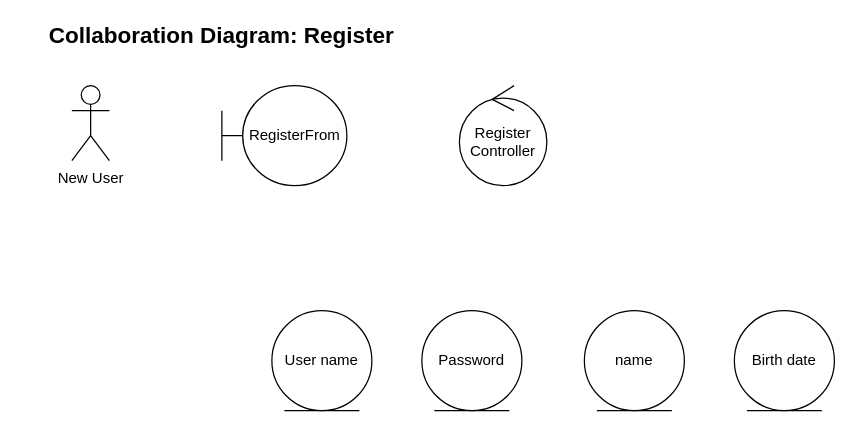
Earlier version of the draw.io diagram page "Register" (1 of 2) of Collaboration Diagram.drawio (astrrr/Right-posture). Source tidied: cells renumbered, new cells numbered last; positions are measured from the earlier drawing's top-left corner, leaving out a move shared by most shapes. Both pictures are drawn from the tidied source at 125%, with x=0, y=0 at pixel (21, 22).
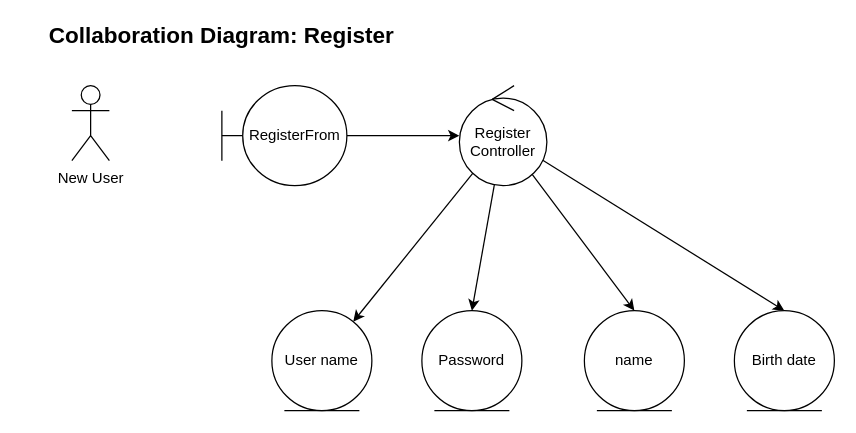
Above is the later version.

Commit message:
add relation entity control

Diff of the diagram source:
```diff
@@
 <mxGraphModel>
   <root>
     <mxCell id="0" />
     <mxCell id="1" parent="0" />
     <mxCell id="2" value="New User" style="shape=umlActor;verticalLabelPosition=bottom;verticalAlign=top;html=1;" parent="1" vertex="1">
       <mxGeometry x="40" y="50" width="30" height="60" as="geometry" />
     </mxCell>
+    <mxCell id="10" style="edgeStyle=orthogonalEdgeStyle;rounded=0;jettySize=auto;html=1;" parent="1" edge="1" source="3" target="4">
+      <mxGeometry relative="1" as="geometry" />
+    </mxCell>
     <mxCell id="3" value="RegisterFrom" style="shape=umlBoundary;whiteSpace=wrap;html=1;" parent="1" vertex="1">
       <mxGeometry x="160" y="50" width="100" height="80" as="geometry" />
     </mxCell>
+    <mxCell id="11" style="rounded=0;jettySize=auto;html=1;" parent="1" edge="1" source="4" target="5">
+      <mxGeometry relative="1" as="geometry" />
+    </mxCell>
+    <mxCell id="12" style="edgeStyle=none;rounded=0;jettySize=auto;html=1;entryX=0.5;entryY=0;entryDx=0;entryDy=0;" parent="1" edge="1" source="4" target="7">
+      <mxGeometry relative="1" as="geometry" />
+    </mxCell>
+    <mxCell id="13" style="edgeStyle=none;rounded=0;jettySize=auto;html=1;entryX=0.5;entryY=0;entryDx=0;entryDy=0;" parent="1" edge="1" source="4" target="9">
+      <mxGeometry relative="1" as="geometry" />
+    </mxCell>
+    <mxCell id="14" style="edgeStyle=none;rounded=0;jettySize=auto;html=1;entryX=0.5;entryY=0;entryDx=0;entryDy=0;" parent="1" edge="1" source="4" target="8">
+      <mxGeometry relative="1" as="geometry" />
+    </mxCell>
     <mxCell id="4" value="Register&lt;br&gt;Controller" style="ellipse;shape=umlControl;whiteSpace=wrap;html=1;" parent="1" vertex="1">
       <mxGeometry x="350" y="50" width="70" height="80" as="geometry" />
     </mxCell>
     <mxCell id="5" value="User name" style="ellipse;shape=umlEntity;whiteSpace=wrap;html=1;" parent="1" vertex="1">
       <mxGeometry x="200" y="230" width="80" height="80" as="geometry" />
     </mxCell>
     <mxCell id="6" value="&lt;b&gt;&lt;font style=&quot;font-size: 18px&quot;&gt;Collaboration Diagram: Register&lt;/font&gt;&lt;/b&gt;" style="text;html=1;strokeColor=none;fillColor=none;align=center;verticalAlign=middle;whiteSpace=wrap;rounded=0;" parent="1" vertex="1">
       <mxGeometry width="320" height="20" as="geometry" />
     </mxCell>
     <mxCell id="7" value="Password" style="ellipse;shape=umlEntity;whiteSpace=wrap;html=1;" parent="1" vertex="1">
       <mxGeometry x="320" y="230" width="80" height="80" as="geometry" />
     </mxCell>
     <mxCell id="8" value="Birth date" style="ellipse;shape=umlEntity;whiteSpace=wrap;html=1;" parent="1" vertex="1">
       <mxGeometry x="570" y="230" width="80" height="80" as="geometry" />
     </mxCell>
     <mxCell id="9" value="name" style="ellipse;shape=umlEntity;whiteSpace=wrap;html=1;" parent="1" vertex="1">
       <mxGeometry x="450" y="230" width="80" height="80" as="geometry" />
     </mxCell>
   </root>
 </mxGraphModel>
```
